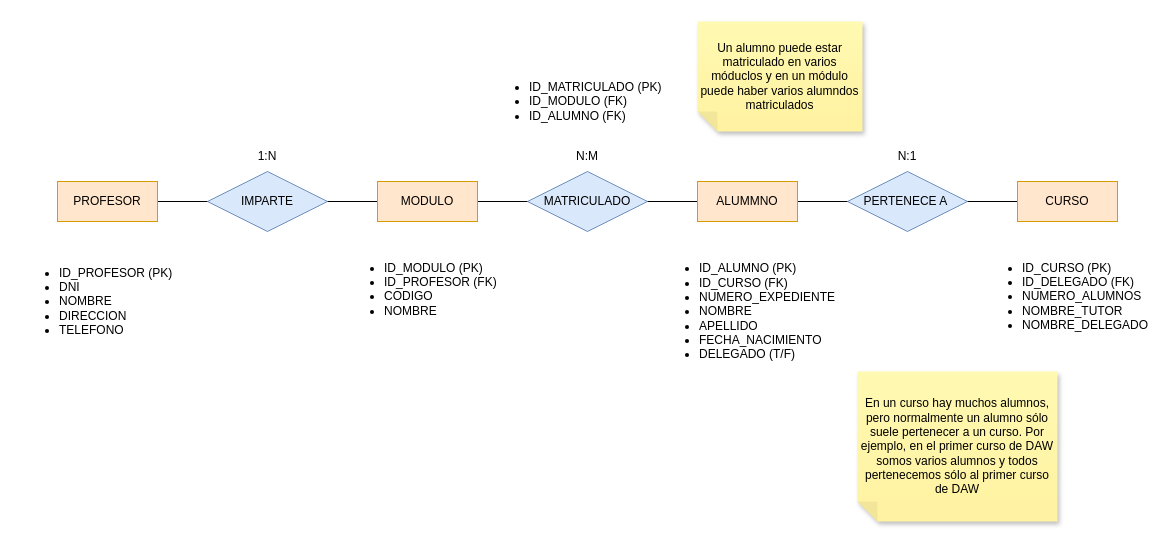
Before: E8. Porfesor-modulo-alumno.drawio in Milikituki/PracticasBBDD, a draw.io diagram. Source tidied: cells renumbered, new cells numbered last; positions are measured from the earlier drawing's top-left corner, leaving out a move shared by most shapes. Both pictures are drawn from the tidied source at 100%, with x=0, y=0 at pixel (17, 21).
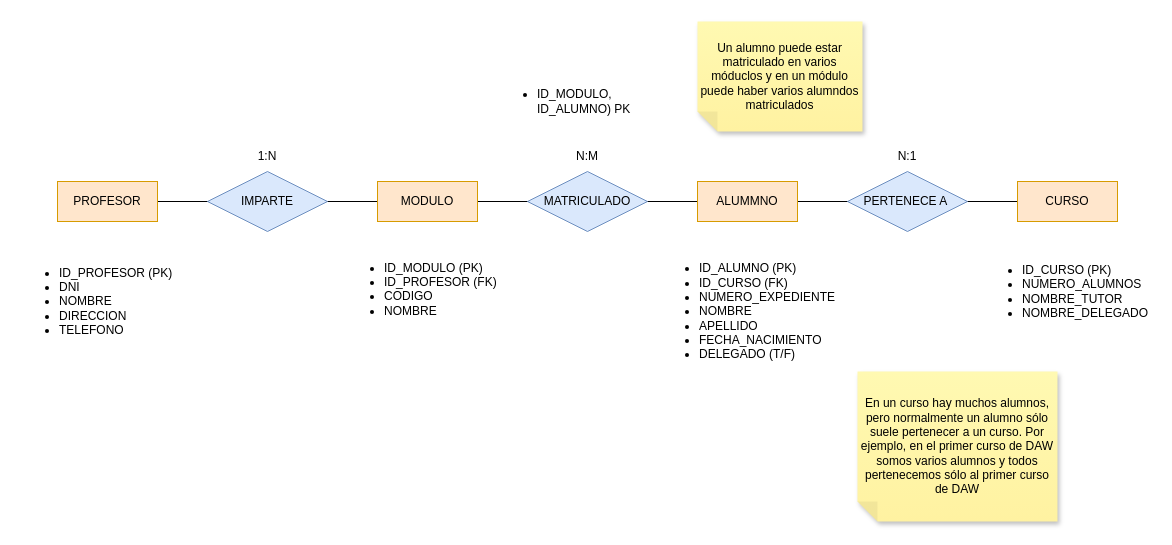
The same diagram, later.

What changed in the source:
```diff
@@
 <mxGraphModel>
   <root>
     <mxCell id="0" />
     <mxCell id="1" parent="0" />
     <mxCell id="2" style="edgeStyle=orthogonalEdgeStyle;rounded=0;jettySize=auto;html=1;entryX=0;entryY=0.5;entryDx=0;entryDy=0;endArrow=none;endFill=0;" parent="1" edge="1" source="3" target="6">
       <mxGeometry relative="1" as="geometry" />
     </mxCell>
     <mxCell id="3" value="PROFESOR" style="whiteSpace=wrap;html=1;align=center;fillColor=#ffe6cc;strokeColor=#d79b00;" parent="1" vertex="1">
       <mxGeometry x="40" y="160" width="100" height="40" as="geometry" />
     </mxCell>
     <mxCell id="4" value="MODULO" style="whiteSpace=wrap;html=1;align=center;fillColor=#ffe6cc;strokeColor=#d79b00;" parent="1" vertex="1">
       <mxGeometry x="360" y="160" width="100" height="40" as="geometry" />
     </mxCell>
     <mxCell id="5" value="ALUMMNO" style="whiteSpace=wrap;html=1;align=center;fillColor=#ffe6cc;strokeColor=#d79b00;" parent="1" vertex="1">
       <mxGeometry x="680" y="160" width="100" height="40" as="geometry" />
     </mxCell>
     <mxCell id="6" value="CURSO" style="whiteSpace=wrap;html=1;align=center;fillColor=#ffe6cc;strokeColor=#d79b00;" parent="1" vertex="1">
       <mxGeometry x="1000" y="160" width="100" height="40" as="geometry" />
     </mxCell>
     <mxCell id="7" value="IMPARTE" style="shape=rhombus;perimeter=rhombusPerimeter;whiteSpace=wrap;html=1;align=center;fillColor=#dae8fc;strokeColor=#6c8ebf;" parent="1" vertex="1">
       <mxGeometry x="190" y="150" width="120" height="60" as="geometry" />
     </mxCell>
     <mxCell id="8" value="MATRICULADO" style="shape=rhombus;perimeter=rhombusPerimeter;whiteSpace=wrap;html=1;align=center;fillColor=#dae8fc;strokeColor=#6c8ebf;" parent="1" vertex="1">
       <mxGeometry x="510" y="150" width="120" height="60" as="geometry" />
     </mxCell>
     <mxCell id="9" value="PERTENECE A&amp;nbsp;" style="shape=rhombus;perimeter=rhombusPerimeter;whiteSpace=wrap;html=1;align=center;fillColor=#dae8fc;strokeColor=#6c8ebf;" parent="1" vertex="1">
       <mxGeometry x="830" y="150" width="120" height="60" as="geometry" />
     </mxCell>
     <mxCell id="10" value="&lt;ul&gt;&lt;li&gt;ID_PROFESOR (PK)&lt;/li&gt;&lt;li&gt;DNI&lt;/li&gt;&lt;li&gt;NOMBRE&lt;/li&gt;&lt;li&gt;DIRECCION&lt;/li&gt;&lt;li&gt;TELEFONO&lt;/li&gt;&lt;/ul&gt;" style="text;strokeColor=none;fillColor=none;html=1;whiteSpace=wrap;verticalAlign=middle;overflow=hidden;" parent="1" vertex="1">
       <mxGeometry y="220" width="160" height="120" as="geometry" />
     </mxCell>
     <mxCell id="11" value="&lt;ul&gt;&lt;li&gt;ID_MODULO (PK)&lt;/li&gt;&lt;li&gt;ID_PROFESOR (FK)&lt;/li&gt;&lt;li&gt;CODIGO&lt;/li&gt;&lt;li&gt;NOMBRE&lt;/li&gt;&lt;/ul&gt;" style="text;strokeColor=none;fillColor=none;html=1;whiteSpace=wrap;verticalAlign=middle;overflow=hidden;" parent="1" vertex="1">
       <mxGeometry x="325" y="225" width="170" height="80" as="geometry" />
     </mxCell>
     <mxCell id="12" value="&lt;ul&gt;&lt;li&gt;ID_ALUMNO (PK)&lt;/li&gt;&lt;li&gt;ID_CURSO (FK)&lt;/li&gt;&lt;li&gt;NUMERO_EXPEDIENTE&lt;/li&gt;&lt;li&gt;NOMBRE&lt;/li&gt;&lt;li&gt;APELLIDO&lt;/li&gt;&lt;li&gt;FECHA_NACIMIENTO&lt;/li&gt;&lt;li&gt;DELEGADO (T/F)&lt;/li&gt;&lt;/ul&gt;" style="text;strokeColor=none;fillColor=none;html=1;whiteSpace=wrap;verticalAlign=middle;overflow=hidden;" parent="1" vertex="1">
       <mxGeometry x="640" y="225" width="200" height="130" as="geometry" />
     </mxCell>
-    <mxCell id="13" value="&lt;ul&gt;&lt;li&gt;ID_CURSO (PK)&lt;/li&gt;&lt;li&gt;ID_DELEGADO (FK)&lt;/li&gt;&lt;li&gt;NUMERO_ALUMNOS&lt;/li&gt;&lt;li&gt;NOMBRE_TUTOR&lt;/li&gt;&lt;li&gt;NOMBRE_DELEGADO&lt;/li&gt;&lt;/ul&gt;" style="text;strokeColor=none;fillColor=none;html=1;whiteSpace=wrap;verticalAlign=middle;overflow=hidden;" parent="1" vertex="1">
+    <mxCell id="13" value="&lt;ul&gt;&lt;li&gt;ID_CURSO (PK)&lt;/li&gt;&lt;li&gt;NUMERO_ALUMNOS&lt;/li&gt;&lt;li&gt;NOMBRE_TUTOR&lt;/li&gt;&lt;li&gt;NOMBRE_DELEGADO&lt;/li&gt;&lt;/ul&gt;" style="text;strokeColor=none;fillColor=none;html=1;whiteSpace=wrap;verticalAlign=middle;overflow=hidden;" parent="1" vertex="1">
       <mxGeometry x="962.5" y="225" width="175" height="90" as="geometry" />
     </mxCell>
     <mxCell id="14" value="1:N" style="text;html=1;whiteSpace=wrap;strokeColor=none;fillColor=none;align=center;verticalAlign=middle;rounded=0;" parent="1" vertex="1">
       <mxGeometry x="220" y="120" width="60" height="30" as="geometry" />
     </mxCell>
     <mxCell id="15" value="N:M" style="text;html=1;whiteSpace=wrap;strokeColor=none;fillColor=none;align=center;verticalAlign=middle;rounded=0;" parent="1" vertex="1">
       <mxGeometry x="540" y="120" width="60" height="30" as="geometry" />
     </mxCell>
     <mxCell id="16" value="N:1" style="text;html=1;whiteSpace=wrap;strokeColor=none;fillColor=none;align=center;verticalAlign=middle;rounded=0;" parent="1" vertex="1">
       <mxGeometry x="860" y="120" width="60" height="30" as="geometry" />
     </mxCell>
-    <mxCell id="17" value="&lt;ul&gt;&lt;li&gt;ID_MATRICULADO (PK)&lt;/li&gt;&lt;li&gt;ID_MODULO (FK)&lt;/li&gt;&lt;li&gt;ID_ALUMNO (FK)&lt;/li&gt;&lt;/ul&gt;" style="text;strokeColor=none;fillColor=none;html=1;whiteSpace=wrap;verticalAlign=middle;overflow=hidden;" parent="1" vertex="1">
-      <mxGeometry x="470" y="40" width="185" height="80" as="geometry" />
+    <mxCell id="17" value="&lt;ul&gt;&lt;li&gt;ID_MODULO, ID_ALUMNO) PK&lt;/li&gt;&lt;/ul&gt;" style="text;strokeColor=none;fillColor=none;html=1;whiteSpace=wrap;verticalAlign=middle;overflow=hidden;" parent="1" vertex="1">
+      <mxGeometry x="477.5" y="40" width="185" height="80" as="geometry" />
     </mxCell>
     <mxCell id="18" value="Un alumno puede estar matriculado en varios móduclos y en un módulo puede haber varios alumndos matriculados" style="shape=note;whiteSpace=wrap;html=1;backgroundOutline=1;fontColor=#000000;darkOpacity=0.05;fillColor=#FFF9B2;strokeColor=none;fillStyle=solid;direction=west;gradientDirection=north;gradientColor=#FFF2A1;shadow=1;size=20;" parent="1" vertex="1">
       <mxGeometry x="680" width="165" height="110" as="geometry" />
     </mxCell>
     <mxCell id="19" value="En un curso hay muchos alumnos, pero normalmente un alumno sólo suele pertenecer a un curso. Por ejemplo, en el primer curso de DAW somos varios alumnos y todos pertenecemos sólo al primer curso de DAW" style="shape=note;whiteSpace=wrap;html=1;backgroundOutline=1;fontColor=#000000;darkOpacity=0.05;fillColor=#FFF9B2;strokeColor=none;fillStyle=solid;direction=west;gradientDirection=north;gradientColor=#FFF2A1;shadow=1;size=20;" parent="1" vertex="1">
       <mxGeometry x="840" y="350" width="200" height="150" as="geometry" />
     </mxCell>
   </root>
 </mxGraphModel>
```
